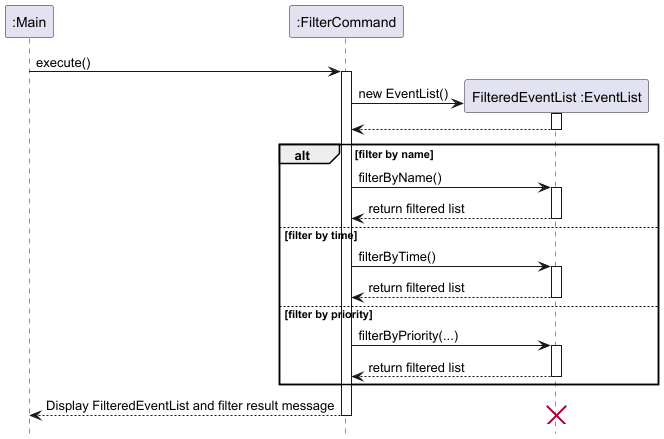
Before: docs/images/FilterCommandSequenceDiagram.png, a diagram exported from PlantUML (nus-cs2113-AY2425S1/tp).
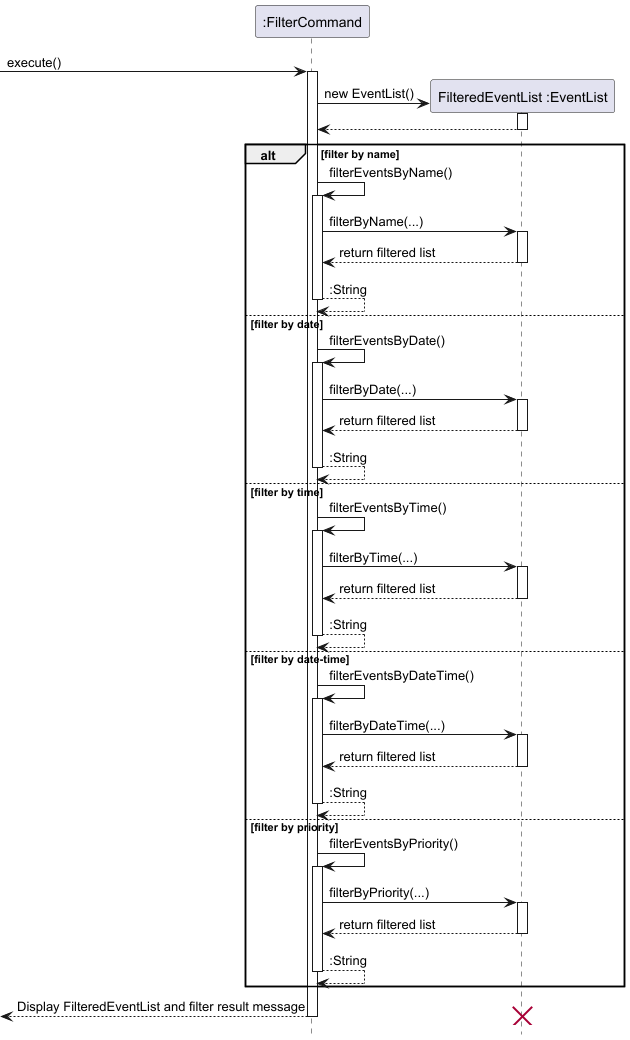
Above is the later version.

The edit, as a diff of the source:
```diff
@@ -1,9 +1,9 @@
 @startuml
 hide footbox
-participant ":Main" as Main
+
 participant ":FilterCommand" as FC
 
-Main -> FC: execute()
+[-> FC: execute()
 
 create participant "FilteredEventList :EventList" as FEL
 activate FC
@@ -13,24 +13,54 @@
 deactivate FEL
 
 alt filter by name
-    FC -> FEL: filterByName()
+    FC -> FC : filterEventsByName()
+    activate FC
+    FC -> FEL: filterByName(...)
     activate FEL
     FEL --> FC: return filtered list
     deactivate FEL
+    FC --> FC : :String
+    deactivate FC
+else filter by date
+        FC -> FC : filterEventsByDate()
+        activate FC
+        FC -> FEL: filterByDate(...)
+        activate FEL
+        FEL --> FC: return filtered list
+        deactivate FEL
+        FC --> FC : :String
+        deactivate FC
 else filter by time
-    FC -> FEL: filterByTime()
+    FC -> FC : filterEventsByTime()
+    activate FC
+    FC -> FEL: filterByTime(...)
     activate FEL
     FEL --> FC: return filtered list
     deactivate FEL
+    FC --> FC : :String
+    deactivate FC
+else filter by date-time
+        FC -> FC : filterEventsByDateTime()
+        activate FC
+        FC -> FEL: filterByDateTime(...)
+        activate FEL
+        FEL --> FC: return filtered list
+        deactivate FEL
+        FC --> FC : :String
+        deactivate FC
 else filter by priority
+    FC -> FC: filterEventsByPriority()
+    activate FC
     FC -> FEL: filterByPriority(...)
     activate FEL
     FEL --> FC: return filtered list
     deactivate FEL
+    FC --> FC : :String
+    deactivate FC
 end alt
 
-FC --> Main: Display FilteredEventList and filter result message
-deactivate FC
+return Display FilteredEventList and filter result message
+
 destroy FEL
 
 @enduml
```
